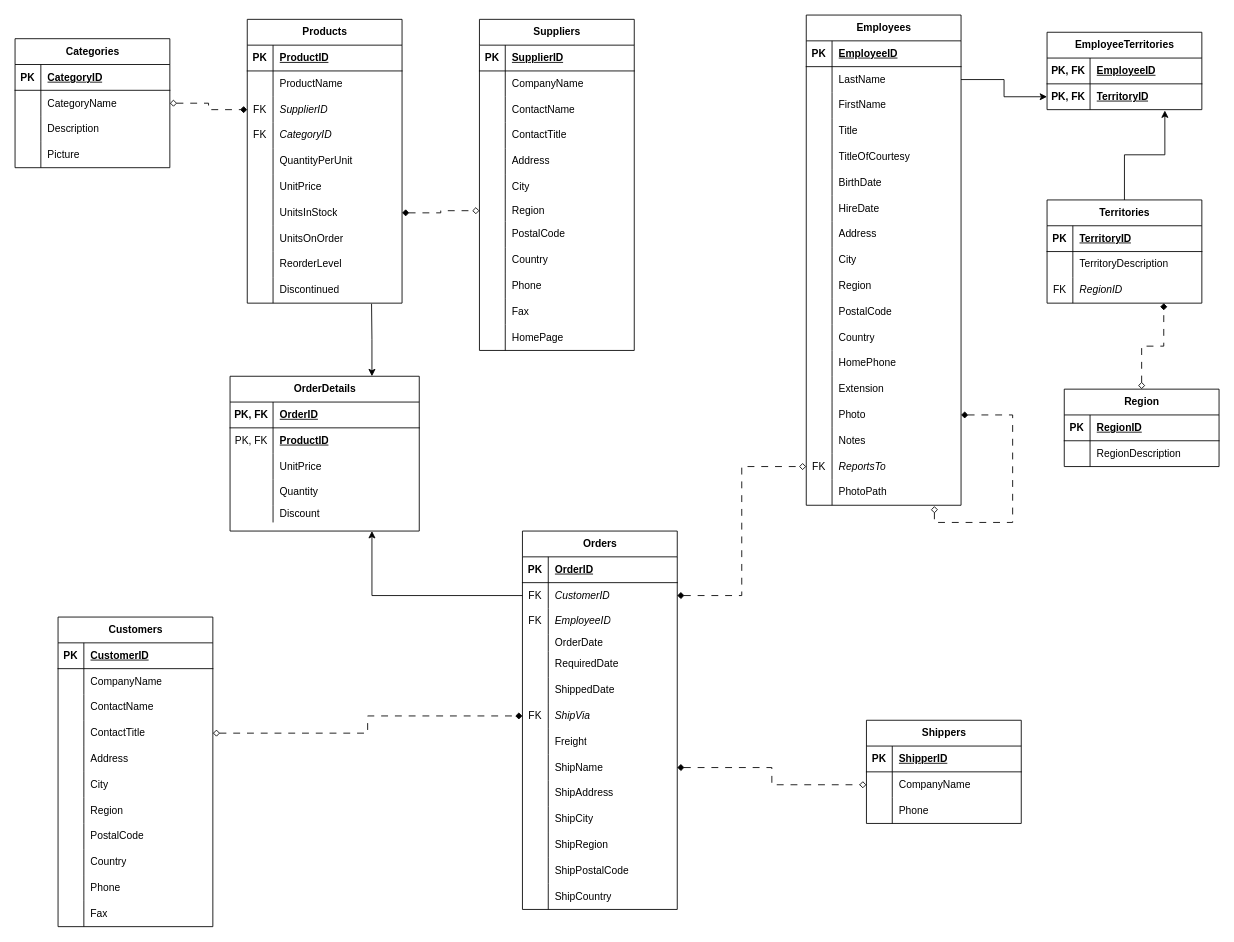
The draw.io diagram data_warehouse/modelo_logico_northwind.drawio in DaniPadi/Proyecto__BI, before the edit. Source tidied: cells renumbered, new cells numbered last; positions are measured from the earlier drawing's top-left corner, leaving out a move shared by most shapes. Both pictures are drawn from the tidied source at 86%, with x=0, y=0 at pixel (15, 15).
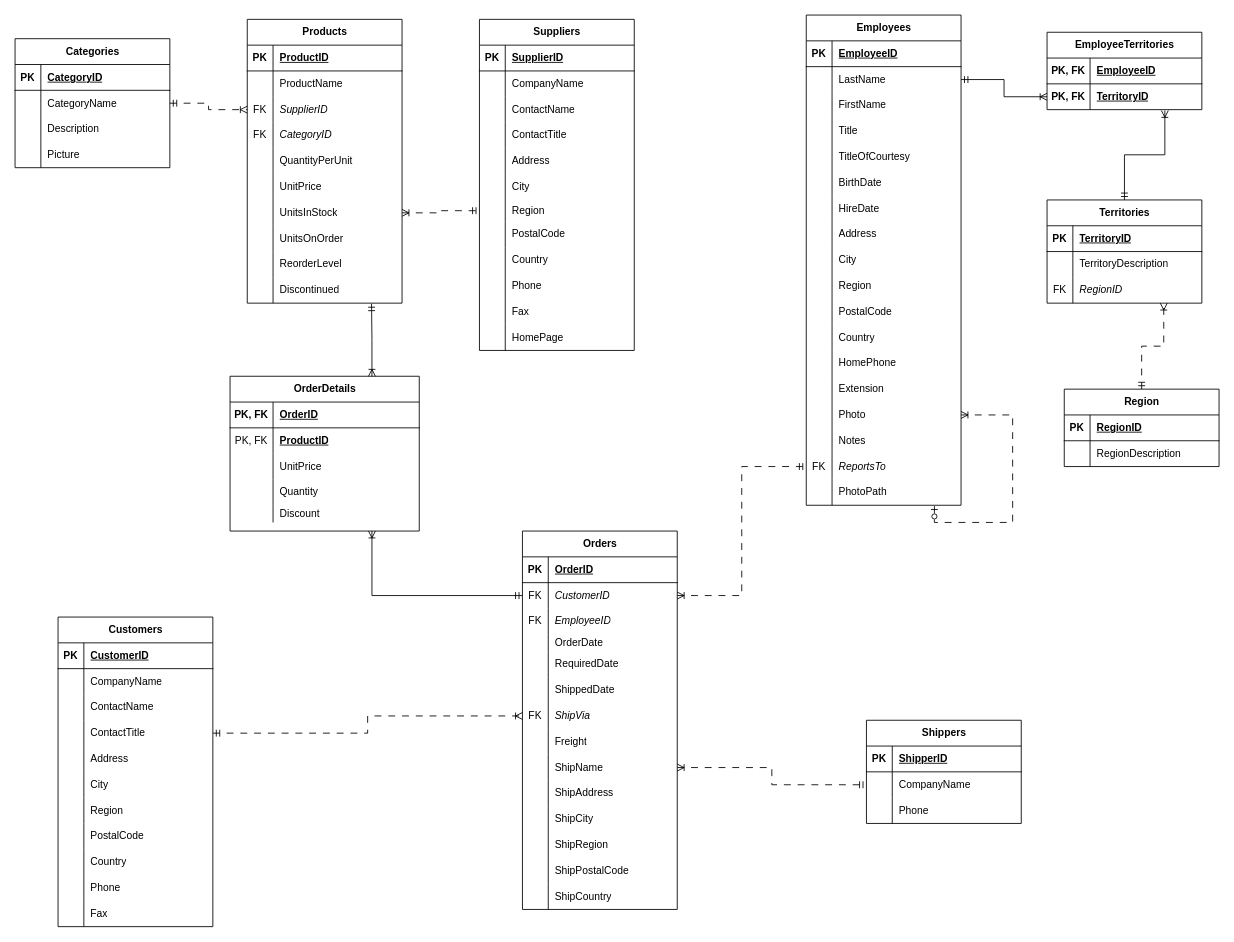
After the change.

Commit message (it also covers changes not shown here):
correcion del diagrama logico

Unchanged cells that the change refers to:
```xml
<mxCell id="6" style="shape=tableRow;horizontal=0;startSize=0;swimlaneHead=0;swimlaneBody=0;fillColor=none;points=[[0,0.5],[1,0.5]];portConstraint=eastwest;top=0;left=0;right=0;bottom=0;" parent="2" vertex="1">
  <mxGeometry y="60" width="180" height="30" as="geometry" />
</mxCell>
<mxCell id="25" style="shape=tableRow;horizontal=0;startSize=0;swimlaneHead=0;swimlaneBody=0;fillColor=none;points=[[0,0.5],[1,0.5]];portConstraint=eastwest;top=0;left=0;right=0;bottom=0;" parent="15" vertex="1">
  <mxGeometry y="120" width="180" height="30" as="geometry" />
</mxCell>
<mxCell id="49" value="Employees" style="shape=table;startSize=30;childLayout=tableLayout;rowLines=0;fontStyle=1;align=center;html=1;" parent="1" vertex="1">
  <mxGeometry x="920" width="180" height="570" as="geometry" />
</mxCell>
<mxCell id="53" style="shape=tableRow;horizontal=0;startSize=0;swimlaneHead=0;swimlaneBody=0;fillColor=none;points=[[0,0.5],[1,0.5]];portConstraint=eastwest;top=0;left=0;right=0;bottom=0;" parent="49" vertex="1">
  <mxGeometry y="60" width="180" height="30" as="geometry" />
</mxCell>
<mxCell id="92" style="shape=tableRow;horizontal=0;startSize=0;swimlaneHead=0;swimlaneBody=0;fillColor=none;points=[[0,0.5],[1,0.5]];portConstraint=eastwest;top=0;left=0;right=0;bottom=0;" parent="49" vertex="1">
  <mxGeometry y="450" width="180" height="30" as="geometry" />
</mxCell>
<mxCell id="98" style="shape=tableRow;horizontal=0;startSize=0;swimlaneHead=0;swimlaneBody=0;fillColor=none;points=[[0,0.5],[1,0.5]];portConstraint=eastwest;top=0;left=0;right=0;bottom=0;" parent="49" vertex="1">
  <mxGeometry y="510" width="180" height="30" as="geometry" />
</mxCell>
<mxCell id="101" style="shape=tableRow;horizontal=0;startSize=0;swimlaneHead=0;swimlaneBody=0;fillColor=none;points=[[0,0.5],[1,0.5]];portConstraint=eastwest;top=0;left=0;right=0;bottom=0;" parent="49" vertex="1">
  <mxGeometry y="540" width="180" height="30" as="geometry" />
</mxCell>
<mxCell id="109" style="shape=tableRow;horizontal=0;startSize=0;swimlaneHead=0;swimlaneBody=0;fillColor=none;points=[[0,0.5],[1,0.5]];portConstraint=eastwest;top=0;left=0;right=0;bottom=0;" parent="105" vertex="1">
  <mxGeometry y="60" width="180" height="30" as="geometry" />
</mxCell>
<mxCell id="134" style="shape=tableRow;horizontal=0;startSize=0;swimlaneHead=0;swimlaneBody=0;fillColor=none;points=[[0,0.5],[1,0.5]];portConstraint=eastwest;top=0;left=0;right=0;bottom=0;" parent="115" vertex="1">
  <mxGeometry y="210" width="180" height="25" as="geometry" />
</mxCell>
<mxCell id="159" style="shape=tableRow;horizontal=0;startSize=0;swimlaneHead=0;swimlaneBody=0;fillColor=none;points=[[0,0.5],[1,0.5]];portConstraint=eastwest;top=0;left=0;right=0;bottom=0;" parent="152" vertex="1">
  <mxGeometry y="90" width="180" height="30" as="geometry" />
</mxCell>
<mxCell id="171" style="shape=tableRow;horizontal=0;startSize=0;swimlaneHead=0;swimlaneBody=0;fillColor=none;points=[[0,0.5],[1,0.5]];portConstraint=eastwest;top=0;left=0;right=0;bottom=0;" parent="152" vertex="1">
  <mxGeometry y="210" width="180" height="30" as="geometry" />
</mxCell>
<mxCell id="180" style="shape=tableRow;horizontal=0;startSize=0;swimlaneHead=0;swimlaneBody=0;fillColor=none;points=[[0,0.5],[1,0.5]];portConstraint=eastwest;top=0;left=0;right=0;bottom=0;" parent="152" vertex="1">
  <mxGeometry y="300" width="180" height="30" as="geometry" />
</mxCell>
<mxCell id="187" style="shape=tableRow;horizontal=0;startSize=0;swimlaneHead=0;swimlaneBody=0;fillColor=none;points=[[0,0.5],[1,0.5]];portConstraint=eastwest;top=0;left=0;right=0;bottom=0;" parent="183" vertex="1">
  <mxGeometry y="60" width="180" height="30" as="geometry" />
</mxCell>
<mxCell id="202" style="shape=tableRow;horizontal=0;startSize=0;swimlaneHead=0;swimlaneBody=0;fillColor=none;points=[[0,0.5],[1,0.5]];portConstraint=eastwest;top=0;left=0;right=0;bottom=0;" parent="183" vertex="1">
  <mxGeometry y="200" width="180" height="30" as="geometry" />
</mxCell>
<mxCell id="208" style="shape=tableRow;horizontal=0;startSize=0;swimlaneHead=0;swimlaneBody=0;fillColor=none;points=[[0,0.5],[1,0.5]];portConstraint=eastwest;top=0;left=0;right=0;bottom=0;" parent="183" vertex="1">
  <mxGeometry y="260" width="180" height="30" as="geometry" />
</mxCell>
<mxCell id="226" value=" OrderDetails" style="shape=table;startSize=30;childLayout=tableLayout;rowLines=0;fontStyle=1;align=center;html=1;" parent="1" vertex="1">
  <mxGeometry x="250" y="420" width="220" height="180" as="geometry" />
</mxCell>
<mxCell id="242" value="Region" style="shape=table;startSize=30;childLayout=tableLayout;rowLines=0;fontStyle=1;align=center;html=1;" parent="1" vertex="1">
  <mxGeometry x="1220" y="435" width="180" height="90" as="geometry" />
</mxCell>
<mxCell id="249" value="Territories" style="shape=table;startSize=30;childLayout=tableLayout;rowLines=0;fontStyle=1;align=center;html=1;" parent="1" vertex="1">
  <mxGeometry x="1200" y="215" width="180" height="120" as="geometry" />
</mxCell>
<mxCell id="256" style="shape=tableRow;horizontal=0;startSize=0;swimlaneHead=0;swimlaneBody=0;fillColor=none;points=[[0,0.5],[1,0.5]];portConstraint=eastwest;top=0;left=0;right=0;bottom=0;" parent="249" vertex="1">
  <mxGeometry y="90" width="180" height="30" as="geometry" />
</mxCell>
<mxCell id="263" style="shape=tableRow;horizontal=0;startSize=0;swimlaneHead=0;swimlaneBody=0;fillColor=none;points=[[0,0.5],[1,0.5]];portConstraint=eastwest;top=0;left=0;right=0;bottom=0;" parent="259" vertex="1">
  <mxGeometry y="60" width="180" height="30" as="geometry" />
</mxCell>
```

The edit, as a diff of the source:
```diff
@@
-    <mxCell id="104" style="edgeStyle=orthogonalEdgeStyle;rounded=0;jettySize=auto;html=1;exitX=1;exitY=0.5;exitDx=0;exitDy=0;entryX=0.828;entryY=1.033;entryDx=0;entryDy=0;entryPerimeter=0;endArrow=diamond;endFill=0;startArrow=diamond;startFill=1;dashed=1;dashPattern=8 8;" parent="49" edge="1" source="92" target="101">
+    <mxCell id="104" style="edgeStyle=orthogonalEdgeStyle;rounded=0;jettySize=auto;html=1;exitX=1;exitY=0.5;exitDx=0;exitDy=0;entryX=0.828;entryY=1.033;entryDx=0;entryDy=0;entryPerimeter=0;endArrow=ERzeroToOne;endFill=0;startArrow=ERoneToMany;startFill=0;dashed=1;dashPattern=8 8;" parent="49" edge="1" source="92" target="101">
       <mxGeometry relative="1" as="geometry">
         <Array as="points">
           <mxPoint x="240" y="465" />
           <mxPoint x="240" y="590" />
           <mxPoint x="149" y="590" />
         </Array>
       </mxGeometry>
     </mxCell>
@@
-    <mxCell id="266" style="edgeStyle=orthogonalEdgeStyle;rounded=0;jettySize=auto;html=1;exitX=0;exitY=0.5;exitDx=0;exitDy=0;entryX=0.75;entryY=1;entryDx=0;entryDy=0;" parent="1" edge="1" source="187" target="226">
+    <mxCell id="266" style="edgeStyle=orthogonalEdgeStyle;rounded=0;jettySize=auto;html=1;exitX=0;exitY=0.5;exitDx=0;exitDy=0;entryX=0.75;entryY=1;entryDx=0;entryDy=0;startArrow=ERmandOne;startFill=0;endArrow=ERoneToMany;endFill=0;" parent="1" edge="1" source="187" target="226">
       <mxGeometry relative="1" as="geometry" />
     </mxCell>
-    <mxCell id="267" style="edgeStyle=orthogonalEdgeStyle;rounded=0;jettySize=auto;html=1;exitX=0.75;exitY=0;exitDx=0;exitDy=0;entryX=0.803;entryY=1.024;entryDx=0;entryDy=0;entryPerimeter=0;endArrow=none;endFill=0;startArrow=classic;startFill=1;" parent="1" edge="1" source="226" target="180">
+    <mxCell id="267" style="edgeStyle=orthogonalEdgeStyle;rounded=0;jettySize=auto;html=1;exitX=0.75;exitY=0;exitDx=0;exitDy=0;entryX=0.803;entryY=1.024;entryDx=0;entryDy=0;entryPerimeter=0;endArrow=ERmandOne;endFill=0;startArrow=ERoneToMany;startFill=0;" parent="1" edge="1" source="226" target="180">
       <mxGeometry relative="1" as="geometry" />
     </mxCell>
-    <mxCell id="268" style="edgeStyle=orthogonalEdgeStyle;rounded=0;jettySize=auto;html=1;exitX=1;exitY=0.5;exitDx=0;exitDy=0;entryX=0;entryY=0.5;entryDx=0;entryDy=0;dashed=1;dashPattern=8 8;startArrow=diamond;startFill=1;endArrow=diamond;endFill=0;" parent="1" edge="1" source="171" target="134">
+    <mxCell id="268" style="edgeStyle=orthogonalEdgeStyle;rounded=0;jettySize=auto;html=1;exitX=1;exitY=0.5;exitDx=0;exitDy=0;entryX=0;entryY=0.5;entryDx=0;entryDy=0;dashed=1;dashPattern=8 8;startArrow=ERoneToMany;startFill=0;endArrow=ERmandOne;endFill=0;" parent="1" edge="1" source="171" target="134">
       <mxGeometry relative="1" as="geometry" />
     </mxCell>
-    <mxCell id="269" style="edgeStyle=orthogonalEdgeStyle;rounded=0;jettySize=auto;html=1;exitX=1;exitY=0.5;exitDx=0;exitDy=0;entryX=0;entryY=0.5;entryDx=0;entryDy=0;dashed=1;dashPattern=8 8;endArrow=diamond;endFill=1;startArrow=diamond;startFill=0;" parent="1" edge="1" source="6" target="159">
+    <mxCell id="269" style="edgeStyle=orthogonalEdgeStyle;rounded=0;jettySize=auto;html=1;exitX=1;exitY=0.5;exitDx=0;exitDy=0;entryX=0;entryY=0.5;entryDx=0;entryDy=0;dashed=1;dashPattern=8 8;endArrow=ERoneToMany;endFill=0;startArrow=ERmandOne;startFill=0;" parent="1" edge="1" source="6" target="159">
       <mxGeometry relative="1" as="geometry" />
     </mxCell>
-    <mxCell id="270" style="edgeStyle=orthogonalEdgeStyle;rounded=0;jettySize=auto;html=1;exitX=1;exitY=0.5;exitDx=0;exitDy=0;entryX=0;entryY=0.5;entryDx=0;entryDy=0;dashed=1;dashPattern=8 8;endArrow=diamond;endFill=1;startArrow=diamond;startFill=0;" parent="1" edge="1" source="25" target="202">
+    <mxCell id="270" style="edgeStyle=orthogonalEdgeStyle;rounded=0;jettySize=auto;html=1;exitX=1;exitY=0.5;exitDx=0;exitDy=0;dashed=1;dashPattern=8 8;endArrow=ERoneToMany;endFill=0;startArrow=ERmandOne;startFill=0;entryX=0;entryY=0.5;entryDx=0;entryDy=0;" parent="1" edge="1" source="25" target="202">
       <mxGeometry relative="1" as="geometry" />
     </mxCell>
-    <mxCell id="271" style="edgeStyle=orthogonalEdgeStyle;rounded=0;jettySize=auto;html=1;exitX=1;exitY=0.5;exitDx=0;exitDy=0;entryX=0;entryY=0.5;entryDx=0;entryDy=0;endArrow=diamond;endFill=0;startArrow=diamond;startFill=1;dashed=1;dashPattern=8 8;" parent="1" edge="1" source="208" target="109">
+    <mxCell id="271" style="edgeStyle=orthogonalEdgeStyle;rounded=0;jettySize=auto;html=1;exitX=1;exitY=0.5;exitDx=0;exitDy=0;entryX=0;entryY=0.5;entryDx=0;entryDy=0;endArrow=ERmandOne;endFill=0;startArrow=ERoneToMany;startFill=0;dashed=1;dashPattern=8 8;" parent="1" edge="1" source="208" target="109">
       <mxGeometry relative="1" as="geometry" />
     </mxCell>
-    <mxCell id="272" style="edgeStyle=orthogonalEdgeStyle;rounded=0;jettySize=auto;html=1;exitX=1;exitY=0.5;exitDx=0;exitDy=0;entryX=0;entryY=0.5;entryDx=0;entryDy=0;dashed=1;dashPattern=8 8;startArrow=diamond;startFill=1;endArrow=diamond;endFill=0;" parent="1" edge="1" source="187" target="98">
+    <mxCell id="272" style="edgeStyle=orthogonalEdgeStyle;rounded=0;jettySize=auto;html=1;exitX=1;exitY=0.5;exitDx=0;exitDy=0;entryX=0;entryY=0.5;entryDx=0;entryDy=0;dashed=1;dashPattern=8 8;startArrow=ERoneToMany;startFill=0;endArrow=ERmandOne;endFill=0;" parent="1" edge="1" source="187" target="98">
       <mxGeometry relative="1" as="geometry" />
     </mxCell>
-    <mxCell id="273" style="edgeStyle=orthogonalEdgeStyle;rounded=0;jettySize=auto;html=1;exitX=1;exitY=0.5;exitDx=0;exitDy=0;" parent="1" edge="1" source="53" target="263">
+    <mxCell id="273" style="edgeStyle=orthogonalEdgeStyle;rounded=0;jettySize=auto;html=1;exitX=1;exitY=0.5;exitDx=0;exitDy=0;startArrow=ERmandOne;startFill=0;endArrow=ERoneToMany;endFill=0;" parent="1" edge="1" source="53" target="263">
       <mxGeometry relative="1" as="geometry" />
     </mxCell>
-    <mxCell id="274" style="edgeStyle=orthogonalEdgeStyle;rounded=0;jettySize=auto;html=1;exitX=0.5;exitY=0;exitDx=0;exitDy=0;entryX=0.761;entryY=1.033;entryDx=0;entryDy=0;entryPerimeter=0;" parent="1" edge="1" source="249" target="263">
+    <mxCell id="274" style="edgeStyle=orthogonalEdgeStyle;rounded=0;jettySize=auto;html=1;exitX=0.5;exitY=0;exitDx=0;exitDy=0;entryX=0.761;entryY=1.033;entryDx=0;entryDy=0;entryPerimeter=0;endArrow=ERoneToMany;endFill=0;startArrow=ERmandOne;startFill=0;" parent="1" edge="1" source="249" target="263">
       <mxGeometry relative="1" as="geometry" />
     </mxCell>
-    <mxCell id="275" style="edgeStyle=orthogonalEdgeStyle;rounded=0;jettySize=auto;html=1;exitX=0.5;exitY=0;exitDx=0;exitDy=0;entryX=0.754;entryY=1;entryDx=0;entryDy=0;entryPerimeter=0;dashed=1;dashPattern=8 8;startArrow=diamond;startFill=0;endArrow=diamond;endFill=1;" parent="1" edge="1" source="242" target="256">
+    <mxCell id="275" style="edgeStyle=orthogonalEdgeStyle;rounded=0;jettySize=auto;html=1;exitX=0.5;exitY=0;exitDx=0;exitDy=0;entryX=0.754;entryY=1;entryDx=0;entryDy=0;entryPerimeter=0;dashed=1;dashPattern=8 8;startArrow=ERmandOne;startFill=0;endArrow=ERoneToMany;endFill=0;" parent="1" edge="1" source="242" target="256">
       <mxGeometry relative="1" as="geometry" />
     </mxCell>
```
